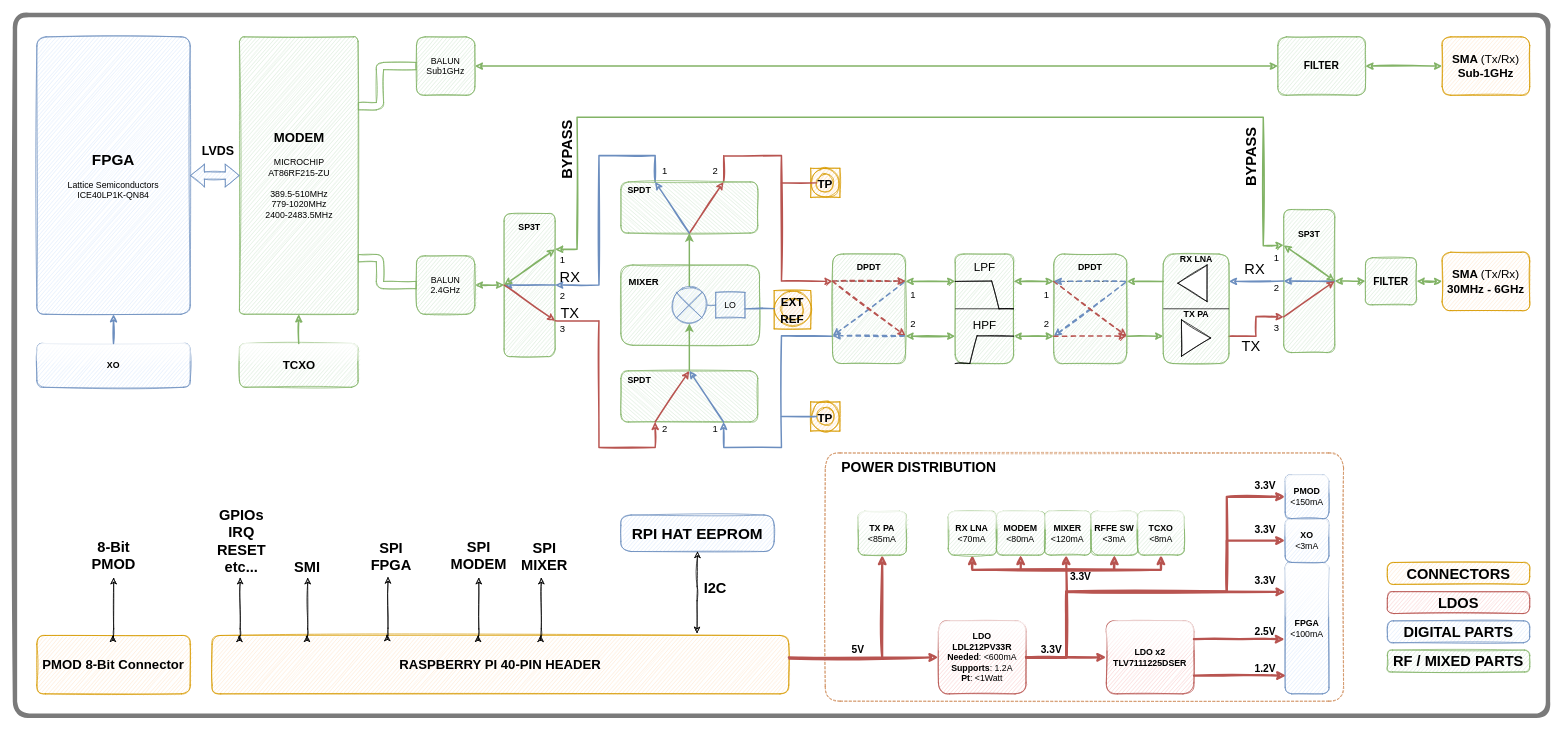
Before: page "Nice" (3 of 3) of docs/system/CaribouLite.drawio in cariboulabs/cariboulite, a draw.io diagram. Source tidied: cells renumbered, new cells numbered last; positions are measured from the earlier drawing's top-left corner, leaving out a move shared by most shapes. Both pictures are drawn from the tidied source at 73%, with x=0, y=0 at pixel (15, 15).
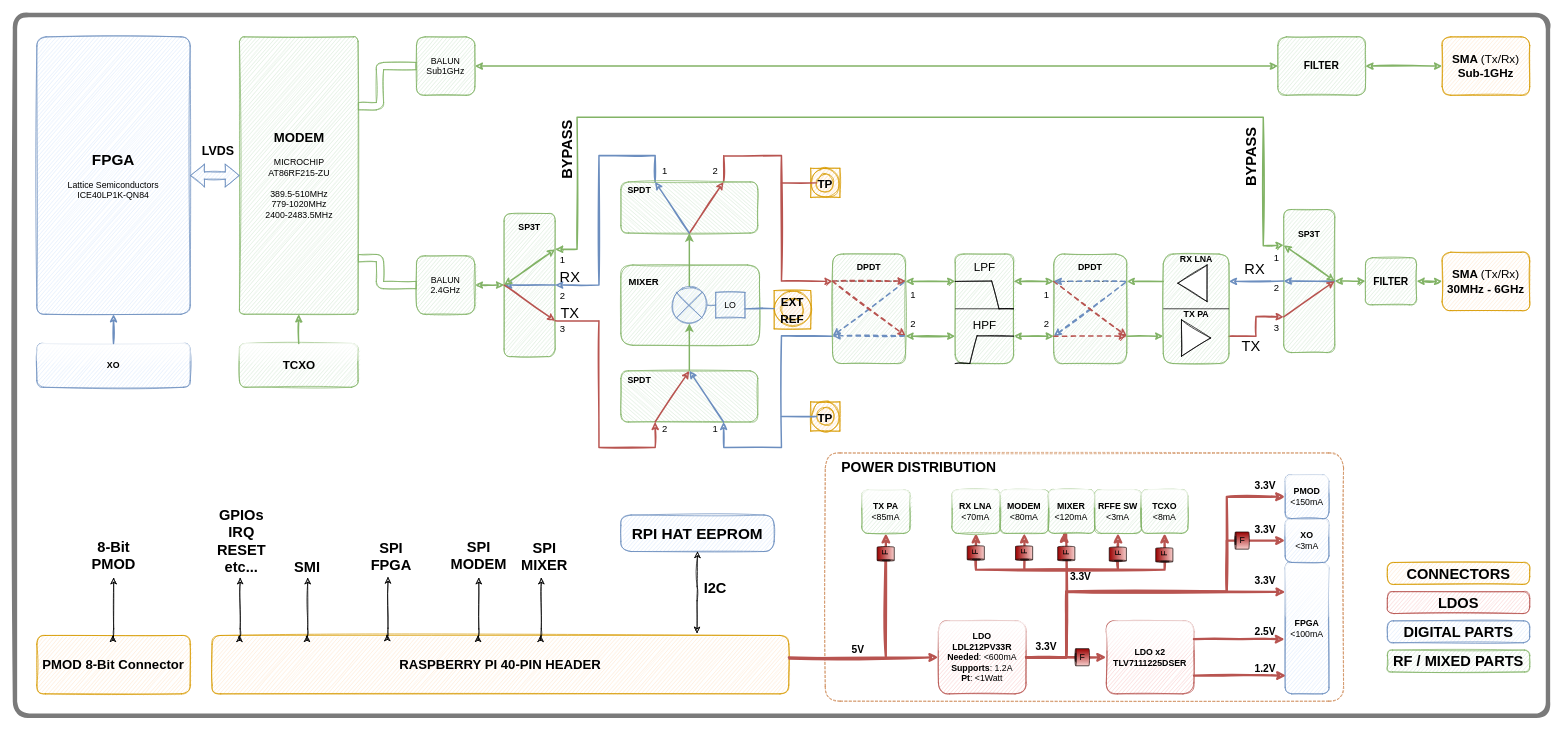
Above is the later version.

Commit message (it also covers changes not shown here):
update system view

Unchanged cells that the change refers to:
```xml
<mxCell id="131" value="&lt;b&gt;LDO&lt;br&gt;LDL212PV33R&lt;/b&gt;&lt;br&gt;&lt;b&gt;Needed&lt;/b&gt;: &amp;lt;600mA&lt;br&gt;&lt;b&gt;Supports&lt;/b&gt;: 1.2A&lt;br&gt;&lt;b&gt;Pt&lt;/b&gt;: &amp;lt;1Watt" style="rounded=1;whiteSpace=wrap;html=1;fillColor=#f8cecc;strokeColor=#b85450;glass=1;shadow=0;sketch=1;" parent="1" vertex="1">
  <mxGeometry x="1265" y="830" width="120" height="100" as="geometry" />
</mxCell>
```

The edit, as a diff of the source:
```diff
@@
-    <mxCell id="130" style="edgeStyle=orthogonalEdgeStyle;rounded=0;jettySize=auto;html=1;exitX=1;exitY=0.5;exitDx=0;exitDy=0;fillColor=#f8cecc;strokeColor=#b85450;strokeWidth=3;sketch=1;" parent="1" edge="1" source="131">
+    <mxCell id="130" style="edgeStyle=orthogonalEdgeStyle;rounded=0;jettySize=auto;html=1;exitX=1;exitY=0.5;exitDx=0;exitDy=0;fillColor=#f8cecc;strokeColor=#b85450;strokeWidth=3;sketch=1;entryX=0.345;entryY=0.988;entryDx=0;entryDy=0;entryPerimeter=0;" parent="1" edge="1" source="131" target="147">
       <mxGeometry x="1120" y="920" as="geometry">
-        <mxPoint x="1440" y="740" as="targetPoint" />
+        <Array as="points">
+          <mxPoint x="1440" y="880" />
+          <mxPoint x="1440" y="711" />
+          <mxPoint x="1437" y="711" />
+        </Array>
       </mxGeometry>
     </mxCell>
@@
     <mxCell id="134" value="3.3V" style="text;html=1;strokeColor=none;fillColor=none;align=center;verticalAlign=middle;whiteSpace=wrap;rounded=0;fontSize=14;fontStyle=1;sketch=1;" parent="1" vertex="1">
-      <mxGeometry x="1400" y="860" width="40" height="20" as="geometry" />
+      <mxGeometry x="1393" y="855" width="40" height="20" as="geometry" />
     </mxCell>
@@
     <mxCell id="140" value="&lt;b&gt;TX PA&lt;/b&gt;&lt;br&gt;&amp;lt;85mA" style="rounded=1;whiteSpace=wrap;html=1;fillColor=#d5e8d4;strokeColor=#82b366;glass=1;shadow=0;sketch=1;" parent="1" vertex="1">
-      <mxGeometry x="1155" y="680" width="66" height="60" as="geometry" />
+      <mxGeometry x="1160" y="650.2" width="66" height="60" as="geometry" />
     </mxCell>
@@
     <mxCell id="146" value="&lt;b&gt;MODEM&lt;br&gt;&lt;/b&gt;&amp;lt;80mA" style="rounded=1;whiteSpace=wrap;html=1;fillColor=#d5e8d4;strokeColor=#82b366;glass=1;shadow=0;sketch=1;" parent="1" vertex="1">
-      <mxGeometry x="1344.4" y="680" width="66.5" height="60" as="geometry" />
+      <mxGeometry x="1349.4" y="650.2" width="66.5" height="60" as="geometry" />
     </mxCell>
     <mxCell id="147" value="&lt;b&gt;MIXER&lt;/b&gt;&lt;br&gt;&amp;lt;120mA" style="rounded=1;whiteSpace=wrap;html=1;fillColor=#d5e8d4;strokeColor=#82b366;glass=1;shadow=0;sketch=1;" parent="1" vertex="1">
-      <mxGeometry x="1410.4" y="680" width="63.8" height="60" as="geometry" />
+      <mxGeometry x="1415.4" y="650.2" width="63.8" height="60" as="geometry" />
     </mxCell>
     <mxCell id="148" value="&lt;b&gt;RFFE SW&lt;br&gt;&lt;/b&gt;&amp;lt;3mA" style="rounded=1;whiteSpace=wrap;html=1;fillColor=#d5e8d4;strokeColor=#82b366;glass=1;shadow=0;sketch=1;" parent="1" vertex="1">
-      <mxGeometry x="1474.1" y="680" width="63.8" height="60" as="geometry" />
+      <mxGeometry x="1479.1" y="650.2" width="63.8" height="60" as="geometry" />
     </mxCell>
     <mxCell id="149" style="edgeStyle=orthogonalEdgeStyle;rounded=0;jettySize=auto;html=1;exitX=0.5;exitY=1;exitDx=0;exitDy=0;entryX=0.5;entryY=1;entryDx=0;entryDy=0;strokeWidth=3;fontSize=15;fillColor=#f8cecc;strokeColor=#b85450;startArrow=classic;startFill=1;sketch=1;" parent="1" edge="1" source="146" target="148">
-      <mxGeometry x="1120" y="920" as="geometry" />
+      <mxGeometry x="1120" y="920" as="geometry">
+        <Array as="points">
+          <mxPoint x="1383" y="760" />
+          <mxPoint x="1511" y="760" />
+        </Array>
+      </mxGeometry>
     </mxCell>
@@
     <mxCell id="151" value="&lt;b&gt;TCXO&lt;/b&gt;&lt;br&gt;&amp;lt;8mA" style="rounded=1;whiteSpace=wrap;html=1;fillColor=#d5e8d4;strokeColor=#82b366;glass=1;shadow=0;sketch=1;" parent="1" vertex="1">
-      <mxGeometry x="1537.9" y="680" width="63.8" height="60" as="geometry" />
+      <mxGeometry x="1542.9" y="650.2" width="63.8" height="60" as="geometry" />
     </mxCell>
@@
     <mxCell id="158" style="edgeStyle=orthogonalEdgeStyle;rounded=0;jettySize=auto;html=1;exitX=0.5;exitY=1;exitDx=0;exitDy=0;entryX=0.5;entryY=1;entryDx=0;entryDy=0;strokeWidth=3;fontSize=15;fillColor=#f8cecc;strokeColor=#b85450;startArrow=classic;startFill=1;sketch=1;" parent="1" edge="1" source="159" target="151">
-      <mxGeometry x="1120" y="920" as="geometry" />
+      <mxGeometry x="1120" y="920" as="geometry">
+        <Array as="points">
+          <mxPoint x="1316" y="760" />
+          <mxPoint x="1575" y="760" />
+        </Array>
+      </mxGeometry>
     </mxCell>
     <mxCell id="159" value="&lt;b&gt;RX LNA&lt;br&gt;&lt;/b&gt;&amp;lt;70mA" style="rounded=1;whiteSpace=wrap;html=1;fillColor=#d5e8d4;strokeColor=#82b366;glass=1;shadow=0;sketch=1;" parent="1" vertex="1">
-      <mxGeometry x="1278.4" y="680" width="66" height="60" as="geometry" />
+      <mxGeometry x="1283.4" y="650.2" width="66" height="60" as="geometry" />
     </mxCell>
@@
+    <mxCell id="171" style="group;" parent="1" vertex="1">
+      <mxGeometry x="1450.1" y="870" width="24" height="19.6" as="geometry" />
+    </mxCell>
+    <mxCell id="172" style="group;" parent="171" vertex="1">
+      <mxGeometry width="24" height="19.6" as="geometry" />
+    </mxCell>
+    <mxCell id="173" style="shape=cylinder3;whiteSpace=wrap;html=1;boundedLbl=1;backgroundOutline=1;size=1.012511954477759;rotation=-90;fillColor=#f8cecc;gradientDirection=east;gradientColor=#990000;strokeColor=#190C0B;" parent="172" vertex="1">
+      <mxGeometry x="0.2" y="-0.2" width="23.5" height="20" as="geometry" />
+    </mxCell>
+    <mxCell id="174" style="ellipse;whiteSpace=wrap;html=1;fillColor=#1A1A1A;strokeColor=#190C0B;" parent="172" vertex="1">
+      <mxGeometry x="2.3" y="3.9" width="1" height="11.8" as="geometry" />
+    </mxCell>
+    <mxCell id="175" value="F" style="text;html=1;align=center;verticalAlign=middle;" parent="172" vertex="1">
+      <mxGeometry x="2.3" y="-0.4" width="20" height="20" as="geometry" />
+    </mxCell>
+    <mxCell id="176" style="group;" parent="1" vertex="1">
+      <mxGeometry x="1669" y="710.2" width="24" height="19.6" as="geometry" />
+    </mxCell>
+    <mxCell id="177" style="group;" parent="176" vertex="1">
+      <mxGeometry width="24" height="19.6" as="geometry" />
+    </mxCell>
+    <mxCell id="178" style="shape=cylinder3;whiteSpace=wrap;html=1;boundedLbl=1;backgroundOutline=1;size=1.012511954477759;rotation=-90;fillColor=#f8cecc;gradientDirection=east;gradientColor=#990000;strokeColor=#190C0B;" parent="177" vertex="1">
+      <mxGeometry x="0.2" y="-0.2" width="23.5" height="20" as="geometry" />
+    </mxCell>
+    <mxCell id="179" style="ellipse;whiteSpace=wrap;html=1;fillColor=#1A1A1A;strokeColor=#190C0B;" parent="177" vertex="1">
+      <mxGeometry x="2.3" y="3.9" width="1" height="11.8" as="geometry" />
+    </mxCell>
+    <mxCell id="180" value="F" style="text;html=1;align=center;verticalAlign=middle;" parent="177" vertex="1">
+      <mxGeometry x="2.3" y="-0.4" width="20" height="20" as="geometry" />
+    </mxCell>
+    <mxCell id="181" style="group;rotation=-90;" parent="1" vertex="1">
+      <mxGeometry x="1562.7" y="729.8" width="24" height="19.6" as="geometry" />
+    </mxCell>
+    <mxCell id="182" style="group;rotation=-90;" parent="181" vertex="1">
+      <mxGeometry width="24" height="19.6" as="geometry" />
+    </mxCell>
+    <mxCell id="183" style="shape=cylinder3;whiteSpace=wrap;html=1;boundedLbl=1;backgroundOutline=1;size=1.012511954477759;rotation=-180;fillColor=#f8cecc;gradientDirection=east;gradientColor=#990000;strokeColor=#190C0B;" parent="182" vertex="1">
+      <mxGeometry width="23.5" height="20" as="geometry" />
+    </mxCell>
+    <mxCell id="184" style="ellipse;whiteSpace=wrap;html=1;fillColor=#1A1A1A;strokeColor=#190C0B;rotation=-90;" parent="182" vertex="1">
+      <mxGeometry x="12" y="13" width="1" height="11.8" as="geometry" />
+    </mxCell>
+    <mxCell id="185" value="F" style="text;html=1;align=center;verticalAlign=middle;rotation=-90;" parent="182" vertex="1">
+      <mxGeometry x="2" y="-1" width="20" height="20" as="geometry" />
+    </mxCell>
+    <mxCell id="186" style="group;rotation=-90;" parent="1" vertex="1">
+      <mxGeometry x="1499" y="728.8" width="24" height="19.6" as="geometry" />
+    </mxCell>
+    <mxCell id="187" style="group;rotation=-90;" parent="186" vertex="1">
+      <mxGeometry width="24" height="19.6" as="geometry" />
+    </mxCell>
+    <mxCell id="188" style="shape=cylinder3;whiteSpace=wrap;html=1;boundedLbl=1;backgroundOutline=1;size=1.012511954477759;rotation=-180;fillColor=#f8cecc;gradientDirection=east;gradientColor=#990000;strokeColor=#190C0B;" parent="187" vertex="1">
+      <mxGeometry width="23.5" height="20" as="geometry" />
+    </mxCell>
+    <mxCell id="189" style="ellipse;whiteSpace=wrap;html=1;fillColor=#1A1A1A;strokeColor=#190C0B;rotation=-90;" parent="187" vertex="1">
+      <mxGeometry x="12" y="13" width="1" height="11.8" as="geometry" />
+    </mxCell>
+    <mxCell id="190" value="F" style="text;html=1;align=center;verticalAlign=middle;rotation=-90;" parent="187" vertex="1">
+      <mxGeometry x="2" y="-1" width="20" height="20" as="geometry" />
+    </mxCell>
+    <mxCell id="191" style="group;rotation=-90;" parent="1" vertex="1">
+      <mxGeometry x="1428.4" y="727.8" width="24" height="19.6" as="geometry" />
+    </mxCell>
+    <mxCell id="192" style="group;rotation=-90;" parent="191" vertex="1">
+      <mxGeometry width="24" height="19.6" as="geometry" />
+    </mxCell>
+    <mxCell id="193" style="shape=cylinder3;whiteSpace=wrap;html=1;boundedLbl=1;backgroundOutline=1;size=1.012511954477759;rotation=-180;fillColor=#f8cecc;gradientDirection=east;gradientColor=#990000;strokeColor=#190C0B;" parent="192" vertex="1">
+      <mxGeometry width="23.5" height="20" as="geometry" />
+    </mxCell>
+    <mxCell id="194" style="ellipse;whiteSpace=wrap;html=1;fillColor=#1A1A1A;strokeColor=#190C0B;rotation=-90;" parent="192" vertex="1">
+      <mxGeometry x="12" y="13" width="1" height="11.8" as="geometry" />
+    </mxCell>
+    <mxCell id="195" value="F" style="text;html=1;align=center;verticalAlign=middle;rotation=-90;" parent="192" vertex="1">
+      <mxGeometry x="2" y="-1" width="20" height="20" as="geometry" />
+    </mxCell>
+    <mxCell id="196" style="group;rotation=-90;" parent="1" vertex="1">
+      <mxGeometry x="1370.6" y="727.2" width="24" height="19.6" as="geometry" />
+    </mxCell>
+    <mxCell id="197" style="group;rotation=-90;" parent="196" vertex="1">
+      <mxGeometry width="24" height="19.6" as="geometry" />
+    </mxCell>
+    <mxCell id="198" style="shape=cylinder3;whiteSpace=wrap;html=1;boundedLbl=1;backgroundOutline=1;size=1.012511954477759;rotation=-180;fillColor=#f8cecc;gradientDirection=east;gradientColor=#990000;strokeColor=#190C0B;" parent="197" vertex="1">
+      <mxGeometry width="23.5" height="20" as="geometry" />
+    </mxCell>
+    <mxCell id="199" style="ellipse;whiteSpace=wrap;html=1;fillColor=#1A1A1A;strokeColor=#190C0B;rotation=-90;" parent="197" vertex="1">
+      <mxGeometry x="12" y="13" width="1" height="11.8" as="geometry" />
+    </mxCell>
+    <mxCell id="200" value="F" style="text;html=1;align=center;verticalAlign=middle;rotation=-90;" parent="197" vertex="1">
+      <mxGeometry x="2" y="-1" width="20" height="20" as="geometry" />
+    </mxCell>
+    <mxCell id="201" style="group;rotation=-90;" parent="1" vertex="1">
+      <mxGeometry x="1304.4" y="727" width="24" height="19.6" as="geometry" />
+    </mxCell>
+    <mxCell id="202" style="group;rotation=-90;" parent="201" vertex="1">
+      <mxGeometry width="24" height="19.6" as="geometry" />
+    </mxCell>
+    <mxCell id="203" style="shape=cylinder3;whiteSpace=wrap;html=1;boundedLbl=1;backgroundOutline=1;size=1.012511954477759;rotation=-180;fillColor=#f8cecc;gradientDirection=east;gradientColor=#990000;strokeColor=#190C0B;" parent="202" vertex="1">
+      <mxGeometry width="23.5" height="20" as="geometry" />
+    </mxCell>
+    <mxCell id="204" style="ellipse;whiteSpace=wrap;html=1;fillColor=#1A1A1A;strokeColor=#190C0B;rotation=-90;" parent="202" vertex="1">
+      <mxGeometry x="12" y="13" width="1" height="11.8" as="geometry" />
+    </mxCell>
+    <mxCell id="205" value="F" style="text;html=1;align=center;verticalAlign=middle;rotation=-90;" parent="202" vertex="1">
+      <mxGeometry x="2" y="-1" width="20" height="20" as="geometry" />
+    </mxCell>
+    <mxCell id="206" style="group;rotation=-90;" parent="1" vertex="1">
+      <mxGeometry x="1181" y="728.2" width="24" height="19.6" as="geometry" />
+    </mxCell>
+    <mxCell id="207" style="group;rotation=-90;" parent="206" vertex="1">
+      <mxGeometry width="24" height="19.6" as="geometry" />
+    </mxCell>
+    <mxCell id="208" style="shape=cylinder3;whiteSpace=wrap;html=1;boundedLbl=1;backgroundOutline=1;size=1.012511954477759;rotation=-180;fillColor=#f8cecc;gradientDirection=east;gradientColor=#990000;strokeColor=#190C0B;" parent="207" vertex="1">
+      <mxGeometry width="23.5" height="20" as="geometry" />
+    </mxCell>
+    <mxCell id="209" style="ellipse;whiteSpace=wrap;html=1;fillColor=#1A1A1A;strokeColor=#190C0B;rotation=-90;" parent="207" vertex="1">
+      <mxGeometry x="12" y="13" width="1" height="11.8" as="geometry" />
+    </mxCell>
+    <mxCell id="210" value="F" style="text;html=1;align=center;verticalAlign=middle;rotation=-90;" parent="207" vertex="1">
+      <mxGeometry x="2" y="-1" width="20" height="20" as="geometry" />
+    </mxCell>
```
